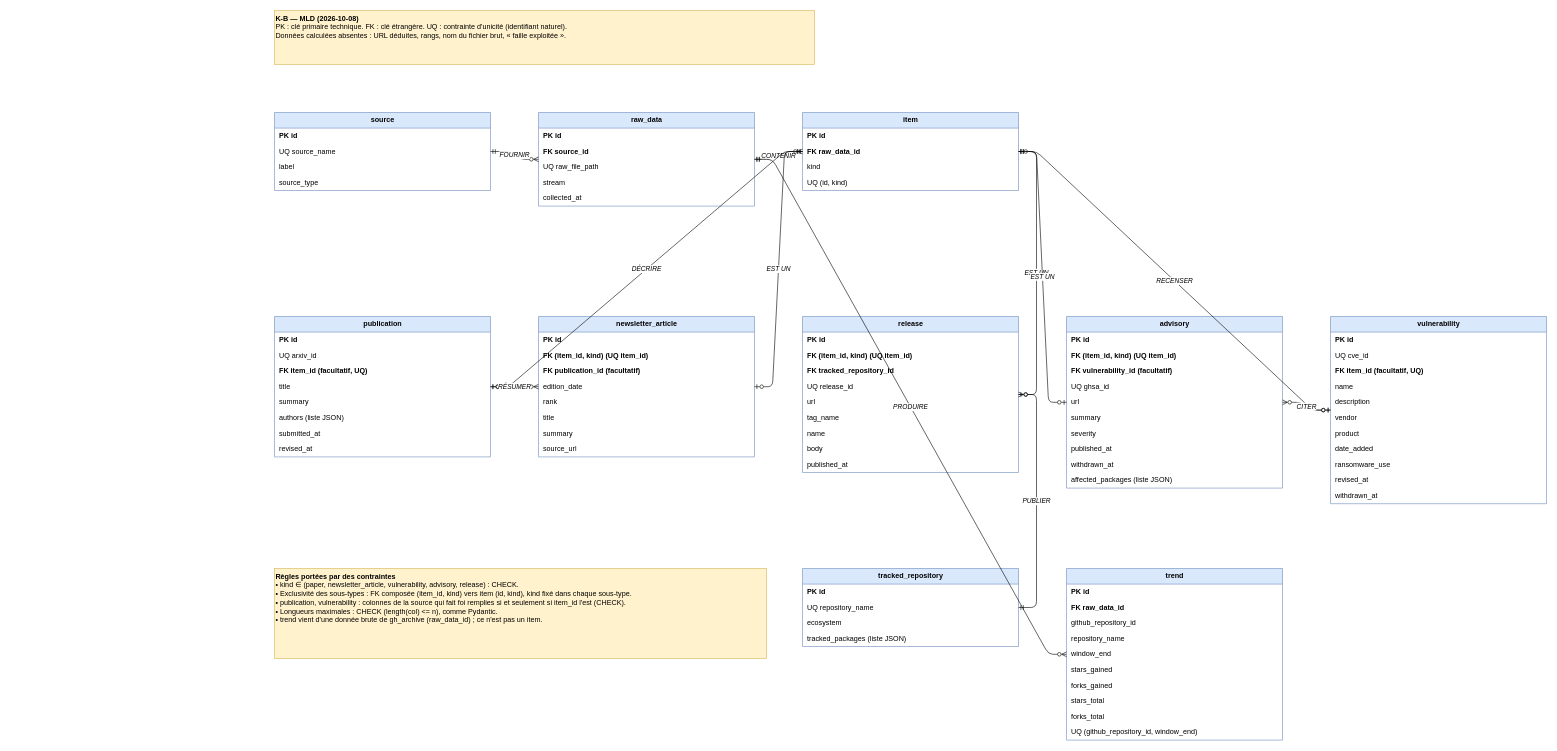
This is docs/merise/mld-k-b.drawio from SabineLaurent/K-B, a draw.io file, before an edit. Source tidied: cells renumbered, new cells numbered last; positions are measured from the earlier drawing's top-left corner, leaving out a move shared by most shapes. Both pictures are drawn from the tidied source at 60%, with x=0, y=0 at pixel (274, 10).
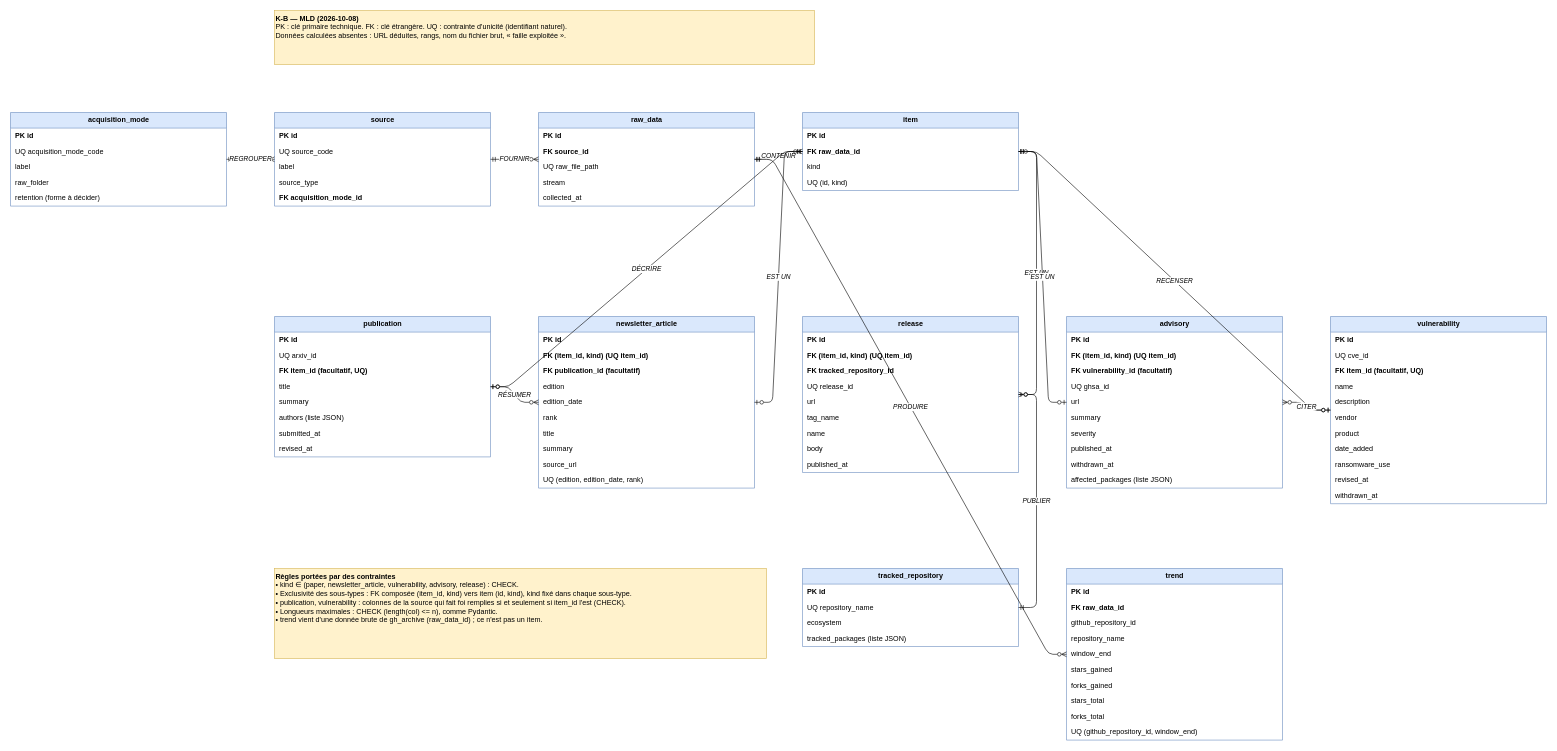
The same diagram, later.

The edit, as a diff of the source:
```diff
@@
     <mxCell id="2" value="source" style="swimlane;fontStyle=1;horizontal=1;startSize=26;html=1;fillColor=#dae8fc;strokeColor=#6c8ebf;" parent="1" vertex="1">
-      <mxGeometry y="170" width="360" height="130" as="geometry" />
+      <mxGeometry y="170" width="360" height="156" as="geometry" />
     </mxCell>
@@
-    <mxCell id="4" value="UQ source_name" style="text;html=1;align=left;verticalAlign=middle;spacingLeft=6;" parent="2" vertex="1">
+    <mxCell id="4" value="UQ source_code" style="text;html=1;align=left;verticalAlign=middle;spacingLeft=6;" parent="2" vertex="1">
       <mxGeometry y="52" width="360" height="26" as="geometry" />
     </mxCell>
@@
+    <mxCell id="98" value="FK acquisition_mode_id" style="text;html=1;align=left;verticalAlign=middle;spacingLeft=6;fontStyle=1;" parent="2" vertex="1">
+      <mxGeometry y="130" width="360" height="26" as="geometry" />
+    </mxCell>
@@
     <mxCell id="27" value="newsletter_article" style="swimlane;fontStyle=1;horizontal=1;startSize=26;html=1;fillColor=#dae8fc;strokeColor=#6c8ebf;" parent="1" vertex="1">
-      <mxGeometry x="440" y="510" width="360" height="234" as="geometry" />
+      <mxGeometry x="440" y="510" width="360" height="286" as="geometry" />
     </mxCell>
@@
+    <mxCell id="99" value="edition" style="text;html=1;align=left;verticalAlign=middle;spacingLeft=6;" parent="27" vertex="1">
+      <mxGeometry y="104" width="360" height="26" as="geometry" />
+    </mxCell>
     <mxCell id="31" value="edition_date" style="text;html=1;align=left;verticalAlign=middle;spacingLeft=6;" parent="27" vertex="1">
-      <mxGeometry y="104" width="360" height="26" as="geometry" />
+      <mxGeometry y="130" width="360" height="26" as="geometry" />
     </mxCell>
     <mxCell id="32" value="rank" style="text;html=1;align=left;verticalAlign=middle;spacingLeft=6;" parent="27" vertex="1">
-      <mxGeometry y="130" width="360" height="26" as="geometry" />
+      <mxGeometry y="156" width="360" height="26" as="geometry" />
     </mxCell>
     <mxCell id="33" value="title" style="text;html=1;align=left;verticalAlign=middle;spacingLeft=6;" parent="27" vertex="1">
-      <mxGeometry y="156" width="360" height="26" as="geometry" />
+      <mxGeometry y="182" width="360" height="26" as="geometry" />
     </mxCell>
     <mxCell id="34" value="summary" style="text;html=1;align=left;verticalAlign=middle;spacingLeft=6;" parent="27" vertex="1">
-      <mxGeometry y="182" width="360" height="26" as="geometry" />
+      <mxGeometry y="208" width="360" height="26" as="geometry" />
     </mxCell>
     <mxCell id="35" value="source_url" style="text;html=1;align=left;verticalAlign=middle;spacingLeft=6;" parent="27" vertex="1">
-      <mxGeometry y="208" width="360" height="26" as="geometry" />
+      <mxGeometry y="234" width="360" height="26" as="geometry" />
     </mxCell>
+    <mxCell id="100" value="UQ (edition, edition_date, rank)" style="text;html=1;align=left;verticalAlign=middle;spacingLeft=6;" parent="27" vertex="1">
+      <mxGeometry y="260" width="360" height="26" as="geometry" />
+    </mxCell>
@@
+    <mxCell id="101" value="acquisition_mode" style="swimlane;fontStyle=1;horizontal=1;startSize=26;html=1;fillColor=#dae8fc;strokeColor=#6c8ebf;" parent="1" vertex="1">
+      <mxGeometry x="-440" y="170" width="360" height="156" as="geometry" />
+    </mxCell>
+    <mxCell id="102" value="PK id" style="text;html=1;align=left;verticalAlign=middle;spacingLeft=6;fontStyle=1;" parent="101" vertex="1">
+      <mxGeometry y="26" width="360" height="26" as="geometry" />
+    </mxCell>
+    <mxCell id="103" value="UQ acquisition_mode_code" style="text;html=1;align=left;verticalAlign=middle;spacingLeft=6;" parent="101" vertex="1">
+      <mxGeometry y="52" width="360" height="26" as="geometry" />
+    </mxCell>
+    <mxCell id="104" value="label" style="text;html=1;align=left;verticalAlign=middle;spacingLeft=6;" parent="101" vertex="1">
+      <mxGeometry y="78" width="360" height="26" as="geometry" />
+    </mxCell>
+    <mxCell id="105" value="raw_folder" style="text;html=1;align=left;verticalAlign=middle;spacingLeft=6;" parent="101" vertex="1">
+      <mxGeometry y="104" width="360" height="26" as="geometry" />
+    </mxCell>
+    <mxCell id="106" value="retention (forme à décider)" style="text;html=1;align=left;verticalAlign=middle;spacingLeft=6;" parent="101" vertex="1">
+      <mxGeometry y="130" width="360" height="26" as="geometry" />
+    </mxCell>
+    <mxCell id="107" value="REGROUPER" style="edgeStyle=entityRelationEdgeStyle;html=1;endArrow=ERmandOne;startArrow=ERzeroToMany;endFill=0;startFill=0;fontStyle=2;" parent="1" edge="1" source="2" target="101">
+      <mxGeometry relative="1" as="geometry" />
+    </mxCell>
```
